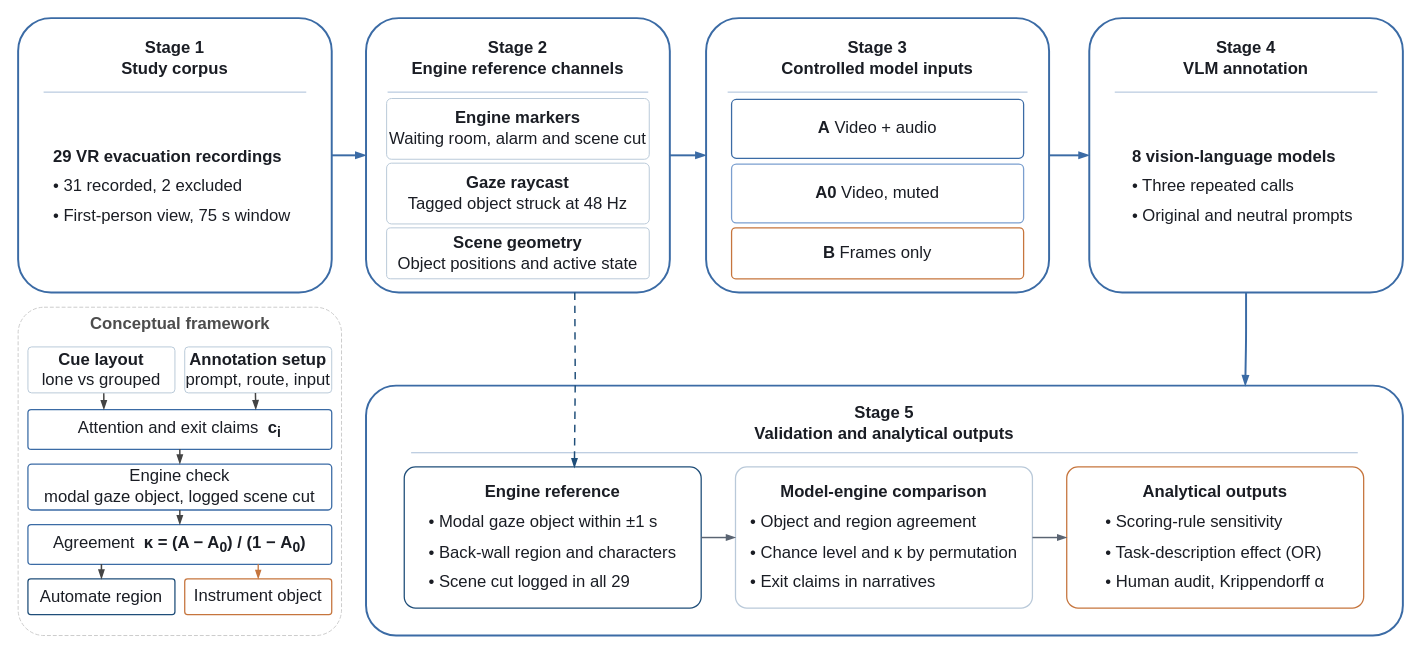
Before: paper/figures/q1_fig1_framework.drawio in pozapas/vr-evacuation-vlm-annotation, a draw.io diagram. Source tidied: cells renumbered, new cells numbered last; positions are measured from the earlier drawing's top-left corner, leaving out a move shared by most shapes. Both pictures are drawn from the tidied source at 98%, with x=0, y=0 at pixel (18, 18).
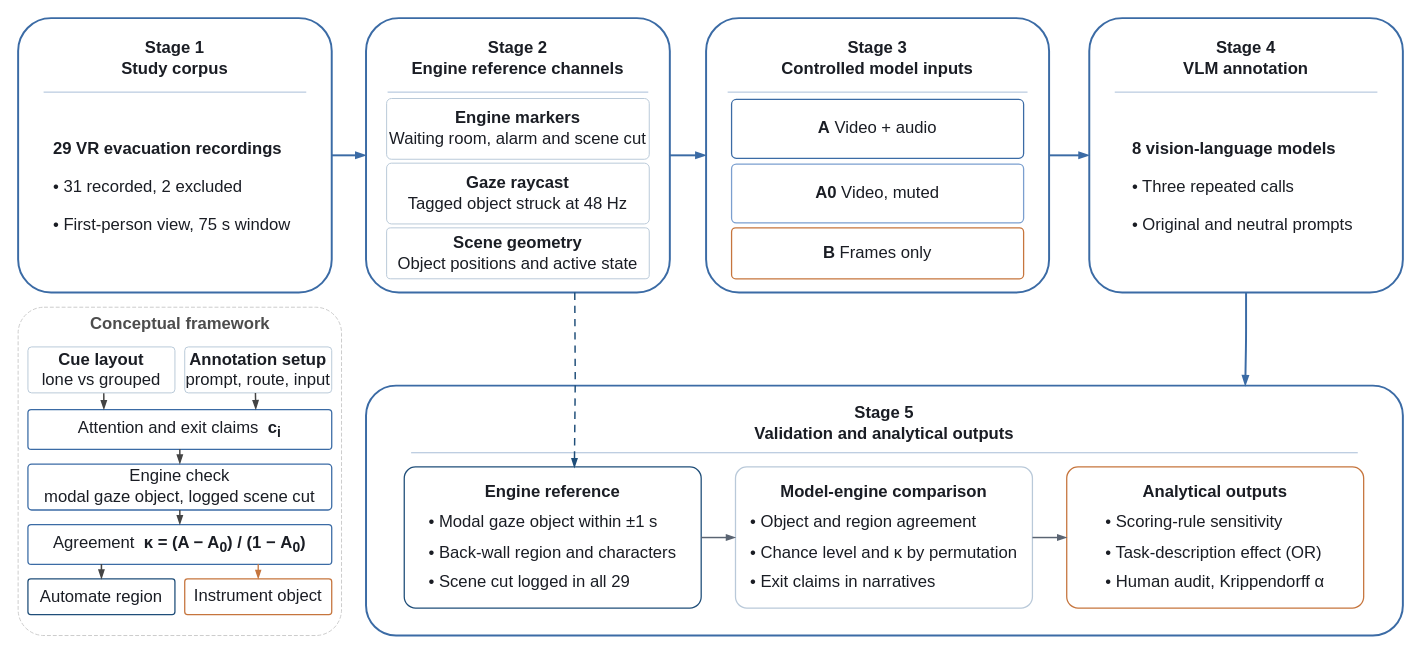
The same diagram, later.

Commit message (it also covers changes not shown here):
Gaze sample count for the analyzed cohort; study-design figure line spacing

What changed in the source:
```diff
@@
-    <mxCell id="5" value="&lt;div style=&quot;line-height: 180%;&quot;&gt;&lt;b&gt;29 VR evacuation recordings&lt;/b&gt;&lt;br&gt;&amp;#8226; 31 recorded, 2 excluded&lt;br&gt;&amp;#8226; First-person view, 75 s window&lt;/div&gt;" style="rounded=1;whiteSpace=wrap;html=1;fillColor=none;strokeColor=none;strokeWidth=1;arcSize=8;align=left;verticalAlign=middle;spacingLeft=14;spacingRight=10;fontSize=17;fontFamily=Helvetica;fontColor=#1A1D24;" parent="1" vertex="1">
+    <mxCell id="5" value="&lt;div style=&quot;line-height: 230%;&quot;&gt;&lt;b&gt;29 VR evacuation recordings&lt;/b&gt;&lt;br&gt;• 31 recorded, 2 excluded&lt;br&gt;• First-person view, 75 s window&lt;/div&gt;" style="rounded=1;whiteSpace=wrap;html=1;fillColor=none;strokeColor=none;strokeWidth=1;arcSize=8;align=left;verticalAlign=middle;spacingLeft=14;spacingRight=10;fontSize=17;fontFamily=Helvetica;fontColor=#1A1D24;" parent="1" vertex="1">
       <mxGeometry x="20" y="94" width="279" height="156" as="geometry" />
     </mxCell>
@@
-    <mxCell id="21" value="&lt;div style=&quot;line-height: 180%;&quot;&gt;&lt;b&gt;8 vision-language models&lt;/b&gt;&lt;br&gt;&amp;#8226; Three repeated calls&lt;br&gt;&amp;#8226; Original and neutral prompts&lt;/div&gt;" style="rounded=1;whiteSpace=wrap;html=1;fillColor=none;strokeWidth=1;arcSize=8;align=left;verticalAlign=middle;spacingLeft=14;spacingRight=10;fontSize=17;fontFamily=Helvetica;fontColor=#1A1D24;strokeColor=none;" parent="1" vertex="1">
+    <mxCell id="21" value="&lt;div style=&quot;line-height: 230%;&quot;&gt;&lt;b&gt;8 vision-language models&lt;/b&gt;&lt;br&gt;• Three repeated calls&lt;br&gt;• Original and neutral prompts&lt;/div&gt;" style="rounded=1;whiteSpace=wrap;html=1;fillColor=none;strokeWidth=1;arcSize=8;align=left;verticalAlign=middle;spacingLeft=14;spacingRight=10;fontSize=17;fontFamily=Helvetica;fontColor=#1A1D24;strokeColor=none;" parent="1" vertex="1">
       <mxGeometry x="1121" y="74.5" width="254" height="195" as="geometry" />
     </mxCell>
```
